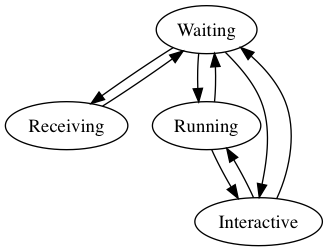
Above: Asset/Image/state.png in 0x0c/AmbientPixel (Graphviz), before the change. Its source is kept beside it as Asset/Image/state.dot.
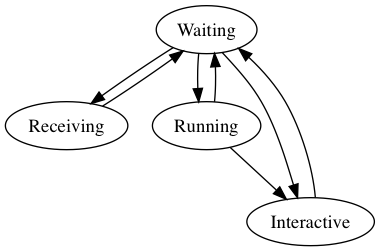
Later version of the same file.

Diff of the diagram source:
```diff
@@ -6,5 +6,4 @@
 	Waiting -> Interactive
 	Interactive -> Waiting
 	Running -> Interactive
-	Interactive -> Running
 }
```
